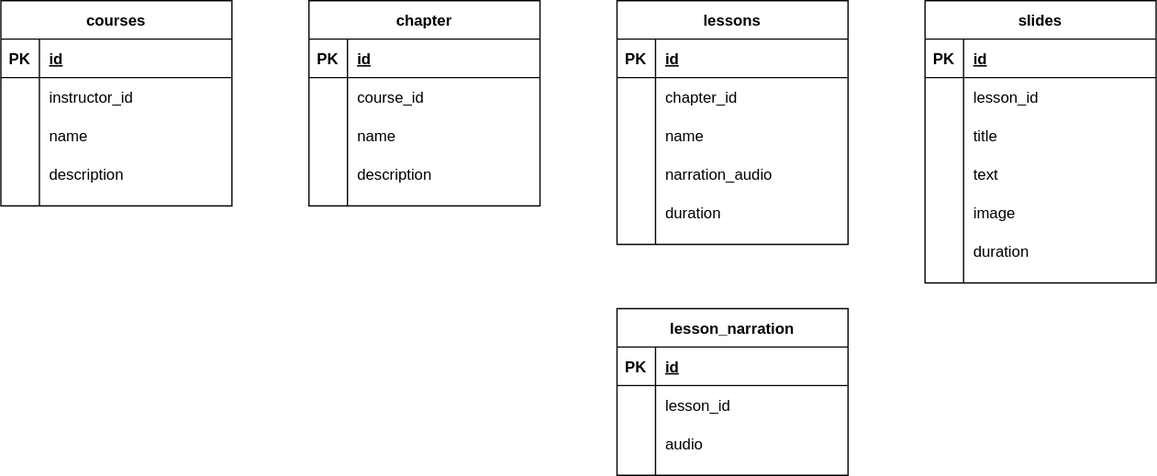
Earlier version of the draw.io export docs/plans.drawio.svg (project-cadmium/cadmium-backend). Source tidied: cells renumbered, new cells last; positions are measured from the earlier drawing's top-left corner, leaving out a move shared by most shapes. Source of this version:
```xml
<mxGraphModel>
  <root>
    <mxCell id="0" />
    <mxCell id="1" parent="0" />
    <mxCell id="2" value="courses" style="shape=table;startSize=30;rowLines=0;fontStyle=1;align=center;" parent="1" vertex="1">
      <mxGeometry width="180" height="160" as="geometry" />
    </mxCell>
    <mxCell id="3" style="shape=partialRectangle;fillColor=none;top=0;left=0;bottom=1;right=0;" parent="2" vertex="1">
      <mxGeometry y="30" width="180" height="30" as="geometry" />
    </mxCell>
    <mxCell id="4" value="PK" style="shape=partialRectangle;fillColor=none;top=0;left=0;bottom=0;right=0;fontStyle=1;overflow=hidden;" parent="3" vertex="1">
      <mxGeometry width="30" height="30" as="geometry" />
    </mxCell>
    <mxCell id="5" value="id" style="shape=partialRectangle;fillColor=none;top=0;left=0;bottom=0;right=0;align=left;spacingLeft=6;fontStyle=5;overflow=hidden;" parent="3" vertex="1">
      <mxGeometry x="30" width="150" height="30" as="geometry" />
    </mxCell>
    <mxCell id="6" style="shape=partialRectangle;fillColor=none;top=0;left=0;bottom=0;right=0;" parent="2" vertex="1">
      <mxGeometry y="60" width="180" height="30" as="geometry" />
    </mxCell>
    <mxCell id="7" style="shape=partialRectangle;fillColor=none;top=0;left=0;bottom=0;right=0;overflow=hidden;" parent="6" vertex="1">
      <mxGeometry width="30" height="30" as="geometry" />
    </mxCell>
    <mxCell id="8" value="instructor_id" style="shape=partialRectangle;fillColor=none;top=0;left=0;bottom=0;right=0;align=left;spacingLeft=6;overflow=hidden;" parent="6" vertex="1">
      <mxGeometry x="30" width="150" height="30" as="geometry" />
    </mxCell>
    <mxCell id="9" style="shape=partialRectangle;fillColor=none;top=0;left=0;bottom=0;right=0;" parent="2" vertex="1">
      <mxGeometry y="90" width="180" height="30" as="geometry" />
    </mxCell>
    <mxCell id="10" style="shape=partialRectangle;fillColor=none;top=0;left=0;bottom=0;right=0;overflow=hidden;" parent="9" vertex="1">
      <mxGeometry width="30" height="30" as="geometry" />
    </mxCell>
    <mxCell id="11" value="name" style="shape=partialRectangle;fillColor=none;top=0;left=0;bottom=0;right=0;align=left;spacingLeft=6;overflow=hidden;" parent="9" vertex="1">
      <mxGeometry x="30" width="150" height="30" as="geometry" />
    </mxCell>
    <mxCell id="12" style="shape=partialRectangle;fillColor=none;top=0;left=0;bottom=0;right=0;" parent="2" vertex="1">
      <mxGeometry y="120" width="180" height="30" as="geometry" />
    </mxCell>
    <mxCell id="13" style="shape=partialRectangle;fillColor=none;top=0;left=0;bottom=0;right=0;overflow=hidden;" parent="12" vertex="1">
      <mxGeometry width="30" height="30" as="geometry" />
    </mxCell>
    <mxCell id="14" value="description" style="shape=partialRectangle;fillColor=none;top=0;left=0;bottom=0;right=0;align=left;spacingLeft=6;overflow=hidden;" parent="12" vertex="1">
      <mxGeometry x="30" width="150" height="30" as="geometry" />
    </mxCell>
    <mxCell id="15" value="chapter" style="shape=table;startSize=30;rowLines=0;fontStyle=1;align=center;" parent="1" vertex="1">
      <mxGeometry x="240" width="180" height="160" as="geometry" />
    </mxCell>
    <mxCell id="16" style="shape=partialRectangle;fillColor=none;top=0;left=0;bottom=1;right=0;" parent="15" vertex="1">
      <mxGeometry y="30" width="180" height="30" as="geometry" />
    </mxCell>
    <mxCell id="17" value="PK" style="shape=partialRectangle;fillColor=none;top=0;left=0;bottom=0;right=0;fontStyle=1;overflow=hidden;" parent="16" vertex="1">
      <mxGeometry width="30" height="30" as="geometry" />
    </mxCell>
    <mxCell id="18" value="id" style="shape=partialRectangle;fillColor=none;top=0;left=0;bottom=0;right=0;align=left;spacingLeft=6;fontStyle=5;overflow=hidden;" parent="16" vertex="1">
      <mxGeometry x="30" width="150" height="30" as="geometry" />
    </mxCell>
    <mxCell id="19" style="shape=partialRectangle;fillColor=none;top=0;left=0;bottom=0;right=0;" parent="15" vertex="1">
      <mxGeometry y="60" width="180" height="30" as="geometry" />
    </mxCell>
    <mxCell id="20" style="shape=partialRectangle;fillColor=none;top=0;left=0;bottom=0;right=0;overflow=hidden;" parent="19" vertex="1">
      <mxGeometry width="30" height="30" as="geometry" />
    </mxCell>
    <mxCell id="21" value="course_id" style="shape=partialRectangle;fillColor=none;top=0;left=0;bottom=0;right=0;align=left;spacingLeft=6;overflow=hidden;" parent="19" vertex="1">
      <mxGeometry x="30" width="150" height="30" as="geometry" />
    </mxCell>
    <mxCell id="22" style="shape=partialRectangle;fillColor=none;top=0;left=0;bottom=0;right=0;" parent="15" vertex="1">
      <mxGeometry y="90" width="180" height="30" as="geometry" />
    </mxCell>
    <mxCell id="23" style="shape=partialRectangle;fillColor=none;top=0;left=0;bottom=0;right=0;overflow=hidden;" parent="22" vertex="1">
      <mxGeometry width="30" height="30" as="geometry" />
    </mxCell>
    <mxCell id="24" value="name" style="shape=partialRectangle;fillColor=none;top=0;left=0;bottom=0;right=0;align=left;spacingLeft=6;overflow=hidden;" parent="22" vertex="1">
      <mxGeometry x="30" width="150" height="30" as="geometry" />
    </mxCell>
    <mxCell id="25" style="shape=partialRectangle;fillColor=none;top=0;left=0;bottom=0;right=0;" parent="15" vertex="1">
      <mxGeometry y="120" width="180" height="30" as="geometry" />
    </mxCell>
    <mxCell id="26" style="shape=partialRectangle;fillColor=none;top=0;left=0;bottom=0;right=0;overflow=hidden;" parent="25" vertex="1">
      <mxGeometry width="30" height="30" as="geometry" />
    </mxCell>
    <mxCell id="27" value="description" style="shape=partialRectangle;fillColor=none;top=0;left=0;bottom=0;right=0;align=left;spacingLeft=6;overflow=hidden;" parent="25" vertex="1">
      <mxGeometry x="30" width="150" height="30" as="geometry" />
    </mxCell>
    <mxCell id="28" value="lessons" style="shape=table;startSize=30;rowLines=0;fontStyle=1;align=center;" parent="1" vertex="1">
      <mxGeometry x="480" width="180" height="190" as="geometry" />
    </mxCell>
    <mxCell id="29" style="shape=partialRectangle;fillColor=none;top=0;left=0;bottom=1;right=0;" parent="28" vertex="1">
      <mxGeometry y="30" width="180" height="30" as="geometry" />
    </mxCell>
    <mxCell id="30" value="PK" style="shape=partialRectangle;fillColor=none;top=0;left=0;bottom=0;right=0;fontStyle=1;overflow=hidden;" parent="29" vertex="1">
      <mxGeometry width="30" height="30" as="geometry" />
    </mxCell>
    <mxCell id="31" value="id" style="shape=partialRectangle;fillColor=none;top=0;left=0;bottom=0;right=0;align=left;spacingLeft=6;fontStyle=5;overflow=hidden;" parent="29" vertex="1">
      <mxGeometry x="30" width="150" height="30" as="geometry" />
    </mxCell>
    <mxCell id="32" style="shape=partialRectangle;fillColor=none;top=0;left=0;bottom=0;right=0;" parent="28" vertex="1">
      <mxGeometry y="60" width="180" height="30" as="geometry" />
    </mxCell>
    <mxCell id="33" style="shape=partialRectangle;fillColor=none;top=0;left=0;bottom=0;right=0;overflow=hidden;" parent="32" vertex="1">
      <mxGeometry width="30" height="30" as="geometry" />
    </mxCell>
    <mxCell id="34" value="chapter_id" style="shape=partialRectangle;fillColor=none;top=0;left=0;bottom=0;right=0;align=left;spacingLeft=6;overflow=hidden;" parent="32" vertex="1">
      <mxGeometry x="30" width="150" height="30" as="geometry" />
    </mxCell>
    <mxCell id="35" style="shape=partialRectangle;fillColor=none;top=0;left=0;bottom=0;right=0;" parent="28" vertex="1">
      <mxGeometry y="90" width="180" height="30" as="geometry" />
    </mxCell>
    <mxCell id="36" style="shape=partialRectangle;fillColor=none;top=0;left=0;bottom=0;right=0;overflow=hidden;" parent="35" vertex="1">
      <mxGeometry width="30" height="30" as="geometry" />
    </mxCell>
    <mxCell id="37" value="name" style="shape=partialRectangle;fillColor=none;top=0;left=0;bottom=0;right=0;align=left;spacingLeft=6;overflow=hidden;" parent="35" vertex="1">
      <mxGeometry x="30" width="150" height="30" as="geometry" />
    </mxCell>
    <mxCell id="38" style="shape=partialRectangle;fillColor=none;top=0;left=0;bottom=0;right=0;" parent="28" vertex="1">
      <mxGeometry y="120" width="180" height="30" as="geometry" />
    </mxCell>
    <mxCell id="39" style="shape=partialRectangle;fillColor=none;top=0;left=0;bottom=0;right=0;overflow=hidden;" parent="38" vertex="1">
      <mxGeometry width="30" height="30" as="geometry" />
    </mxCell>
    <mxCell id="40" value="narration_audio" style="shape=partialRectangle;fillColor=none;top=0;left=0;bottom=0;right=0;align=left;spacingLeft=6;overflow=hidden;" parent="38" vertex="1">
      <mxGeometry x="30" width="150" height="30" as="geometry" />
    </mxCell>
    <mxCell id="41" style="shape=partialRectangle;fillColor=none;top=0;left=0;bottom=0;right=0;" parent="28" vertex="1">
      <mxGeometry y="150" width="180" height="30" as="geometry" />
    </mxCell>
    <mxCell id="42" style="shape=partialRectangle;fillColor=none;top=0;left=0;bottom=0;right=0;overflow=hidden;" parent="41" vertex="1">
      <mxGeometry width="30" height="30" as="geometry" />
    </mxCell>
    <mxCell id="43" value="duration" style="shape=partialRectangle;fillColor=none;top=0;left=0;bottom=0;right=0;align=left;spacingLeft=6;overflow=hidden;" parent="41" vertex="1">
      <mxGeometry x="30" width="150" height="30" as="geometry" />
    </mxCell>
    <mxCell id="44" value="slides" style="shape=table;startSize=30;rowLines=0;fontStyle=1;align=center;" parent="1" vertex="1">
      <mxGeometry x="720" width="180" height="220" as="geometry" />
    </mxCell>
    <mxCell id="45" style="shape=partialRectangle;fillColor=none;top=0;left=0;bottom=1;right=0;" parent="44" vertex="1">
      <mxGeometry y="30" width="180" height="30" as="geometry" />
    </mxCell>
    <mxCell id="46" value="PK" style="shape=partialRectangle;fillColor=none;top=0;left=0;bottom=0;right=0;fontStyle=1;overflow=hidden;" parent="45" vertex="1">
      <mxGeometry width="30" height="30" as="geometry" />
    </mxCell>
    <mxCell id="47" value="id" style="shape=partialRectangle;fillColor=none;top=0;left=0;bottom=0;right=0;align=left;spacingLeft=6;fontStyle=5;overflow=hidden;" parent="45" vertex="1">
      <mxGeometry x="30" width="150" height="30" as="geometry" />
    </mxCell>
    <mxCell id="48" style="shape=partialRectangle;fillColor=none;top=0;left=0;bottom=0;right=0;" parent="44" vertex="1">
      <mxGeometry y="60" width="180" height="30" as="geometry" />
    </mxCell>
    <mxCell id="49" style="shape=partialRectangle;fillColor=none;top=0;left=0;bottom=0;right=0;overflow=hidden;" parent="48" vertex="1">
      <mxGeometry width="30" height="30" as="geometry" />
    </mxCell>
    <mxCell id="50" value="lesson_id" style="shape=partialRectangle;fillColor=none;top=0;left=0;bottom=0;right=0;align=left;spacingLeft=6;overflow=hidden;" parent="48" vertex="1">
      <mxGeometry x="30" width="150" height="30" as="geometry" />
    </mxCell>
    <mxCell id="51" style="shape=partialRectangle;fillColor=none;top=0;left=0;bottom=0;right=0;" parent="44" vertex="1">
      <mxGeometry y="90" width="180" height="30" as="geometry" />
    </mxCell>
    <mxCell id="52" style="shape=partialRectangle;fillColor=none;top=0;left=0;bottom=0;right=0;overflow=hidden;" parent="51" vertex="1">
      <mxGeometry width="30" height="30" as="geometry" />
    </mxCell>
    <mxCell id="53" value="title" style="shape=partialRectangle;fillColor=none;top=0;left=0;bottom=0;right=0;align=left;spacingLeft=6;overflow=hidden;" parent="51" vertex="1">
      <mxGeometry x="30" width="150" height="30" as="geometry" />
    </mxCell>
    <mxCell id="54" style="shape=partialRectangle;fillColor=none;top=0;left=0;bottom=0;right=0;" parent="44" vertex="1">
      <mxGeometry y="120" width="180" height="30" as="geometry" />
    </mxCell>
    <mxCell id="55" style="shape=partialRectangle;fillColor=none;top=0;left=0;bottom=0;right=0;overflow=hidden;" parent="54" vertex="1">
      <mxGeometry width="30" height="30" as="geometry" />
    </mxCell>
    <mxCell id="56" value="text" style="shape=partialRectangle;fillColor=none;top=0;left=0;bottom=0;right=0;align=left;spacingLeft=6;overflow=hidden;" parent="54" vertex="1">
      <mxGeometry x="30" width="150" height="30" as="geometry" />
    </mxCell>
    <mxCell id="57" style="shape=partialRectangle;fillColor=none;top=0;left=0;bottom=0;right=0;" parent="44" vertex="1">
      <mxGeometry y="150" width="180" height="30" as="geometry" />
    </mxCell>
    <mxCell id="58" style="shape=partialRectangle;fillColor=none;top=0;left=0;bottom=0;right=0;overflow=hidden;" parent="57" vertex="1">
      <mxGeometry width="30" height="30" as="geometry" />
    </mxCell>
    <mxCell id="59" value="image" style="shape=partialRectangle;fillColor=none;top=0;left=0;bottom=0;right=0;align=left;spacingLeft=6;overflow=hidden;" parent="57" vertex="1">
      <mxGeometry x="30" width="150" height="30" as="geometry" />
    </mxCell>
    <mxCell id="60" style="shape=partialRectangle;fillColor=none;top=0;left=0;bottom=0;right=0;" parent="44" vertex="1">
      <mxGeometry y="180" width="180" height="30" as="geometry" />
    </mxCell>
    <mxCell id="61" style="shape=partialRectangle;fillColor=none;top=0;left=0;bottom=0;right=0;overflow=hidden;" parent="60" vertex="1">
      <mxGeometry width="30" height="30" as="geometry" />
    </mxCell>
    <mxCell id="62" value="duration" style="shape=partialRectangle;fillColor=none;top=0;left=0;bottom=0;right=0;align=left;spacingLeft=6;overflow=hidden;" parent="60" vertex="1">
      <mxGeometry x="30" width="150" height="30" as="geometry" />
    </mxCell>
    <mxCell id="63" value="lesson_narration" style="shape=table;startSize=30;rowLines=0;fontStyle=1;align=center;" parent="1" vertex="1">
      <mxGeometry x="480" y="240" width="180" height="130" as="geometry" />
    </mxCell>
    <mxCell id="64" style="shape=partialRectangle;fillColor=none;top=0;left=0;bottom=1;right=0;" parent="63" vertex="1">
      <mxGeometry y="30" width="180" height="30" as="geometry" />
    </mxCell>
    <mxCell id="65" value="PK" style="shape=partialRectangle;fillColor=none;top=0;left=0;bottom=0;right=0;fontStyle=1;overflow=hidden;" parent="64" vertex="1">
      <mxGeometry width="30" height="30" as="geometry" />
    </mxCell>
    <mxCell id="66" value="id" style="shape=partialRectangle;fillColor=none;top=0;left=0;bottom=0;right=0;align=left;spacingLeft=6;fontStyle=5;overflow=hidden;" parent="64" vertex="1">
      <mxGeometry x="30" width="150" height="30" as="geometry" />
    </mxCell>
    <mxCell id="67" style="shape=partialRectangle;fillColor=none;top=0;left=0;bottom=0;right=0;" parent="63" vertex="1">
      <mxGeometry y="60" width="180" height="30" as="geometry" />
    </mxCell>
    <mxCell id="68" style="shape=partialRectangle;fillColor=none;top=0;left=0;bottom=0;right=0;overflow=hidden;" parent="67" vertex="1">
      <mxGeometry width="30" height="30" as="geometry" />
    </mxCell>
    <mxCell id="69" value="lesson_id" style="shape=partialRectangle;fillColor=none;top=0;left=0;bottom=0;right=0;align=left;spacingLeft=6;overflow=hidden;" parent="67" vertex="1">
      <mxGeometry x="30" width="150" height="30" as="geometry" />
    </mxCell>
    <mxCell id="70" style="shape=partialRectangle;fillColor=none;top=0;left=0;bottom=0;right=0;" parent="63" vertex="1">
      <mxGeometry y="90" width="180" height="30" as="geometry" />
    </mxCell>
    <mxCell id="71" style="shape=partialRectangle;fillColor=none;top=0;left=0;bottom=0;right=0;overflow=hidden;" parent="70" vertex="1">
      <mxGeometry width="30" height="30" as="geometry" />
    </mxCell>
    <mxCell id="72" value="audio" style="shape=partialRectangle;fillColor=none;top=0;left=0;bottom=0;right=0;align=left;spacingLeft=6;overflow=hidden;" parent="70" vertex="1">
      <mxGeometry x="30" width="150" height="30" as="geometry" />
    </mxCell>
  </root>
</mxGraphModel>
```
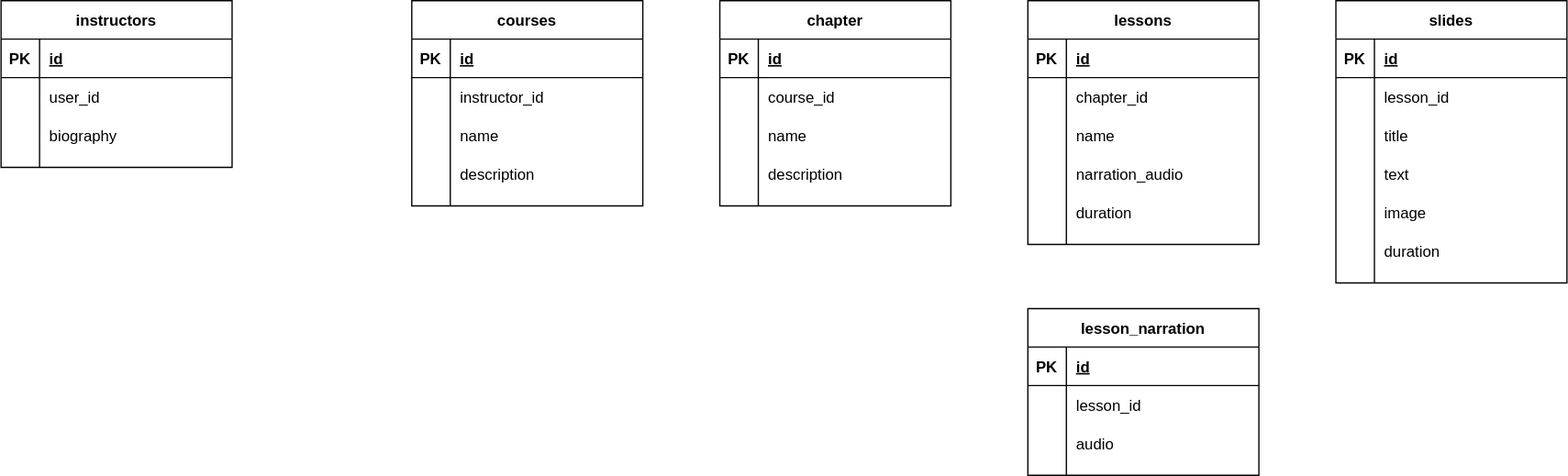
After the commit.

Commit message:
Added instructors app

Diff of the diagram source:
```diff
@@ -215,5 +215,35 @@
     <mxCell id="72" value="audio" style="shape=partialRectangle;fillColor=none;top=0;left=0;bottom=0;right=0;align=left;spacingLeft=6;overflow=hidden;" parent="70" vertex="1">
       <mxGeometry x="30" width="150" height="30" as="geometry" />
     </mxCell>
+    <mxCell id="73" value="instructors" style="shape=table;startSize=30;rowLines=0;fontStyle=1;align=center;" parent="1" vertex="1">
+      <mxGeometry x="-320" width="180" height="130" as="geometry" />
+    </mxCell>
+    <mxCell id="74" style="shape=partialRectangle;fillColor=none;top=0;left=0;bottom=1;right=0;" parent="73" vertex="1">
+      <mxGeometry y="30" width="180" height="30" as="geometry" />
+    </mxCell>
+    <mxCell id="75" value="PK" style="shape=partialRectangle;fillColor=none;top=0;left=0;bottom=0;right=0;fontStyle=1;overflow=hidden;" parent="74" vertex="1">
+      <mxGeometry width="30" height="30" as="geometry" />
+    </mxCell>
+    <mxCell id="76" value="id" style="shape=partialRectangle;fillColor=none;top=0;left=0;bottom=0;right=0;align=left;spacingLeft=6;fontStyle=5;overflow=hidden;" parent="74" vertex="1">
+      <mxGeometry x="30" width="150" height="30" as="geometry" />
+    </mxCell>
+    <mxCell id="77" style="shape=partialRectangle;fillColor=none;top=0;left=0;bottom=0;right=0;" parent="73" vertex="1">
+      <mxGeometry y="60" width="180" height="30" as="geometry" />
+    </mxCell>
+    <mxCell id="78" style="shape=partialRectangle;fillColor=none;top=0;left=0;bottom=0;right=0;overflow=hidden;" parent="77" vertex="1">
+      <mxGeometry width="30" height="30" as="geometry" />
+    </mxCell>
+    <mxCell id="79" value="user_id" style="shape=partialRectangle;fillColor=none;top=0;left=0;bottom=0;right=0;align=left;spacingLeft=6;overflow=hidden;" parent="77" vertex="1">
+      <mxGeometry x="30" width="150" height="30" as="geometry" />
+    </mxCell>
+    <mxCell id="80" style="shape=partialRectangle;fillColor=none;top=0;left=0;bottom=0;right=0;" parent="73" vertex="1">
+      <mxGeometry y="90" width="180" height="30" as="geometry" />
+    </mxCell>
+    <mxCell id="81" style="shape=partialRectangle;fillColor=none;top=0;left=0;bottom=0;right=0;overflow=hidden;" parent="80" vertex="1">
+      <mxGeometry width="30" height="30" as="geometry" />
+    </mxCell>
+    <mxCell id="82" value="biography" style="shape=partialRectangle;fillColor=none;top=0;left=0;bottom=0;right=0;align=left;spacingLeft=6;overflow=hidden;" parent="80" vertex="1">
+      <mxGeometry x="30" width="150" height="30" as="geometry" />
+    </mxCell>
   </root>
 </mxGraphModel>
```
